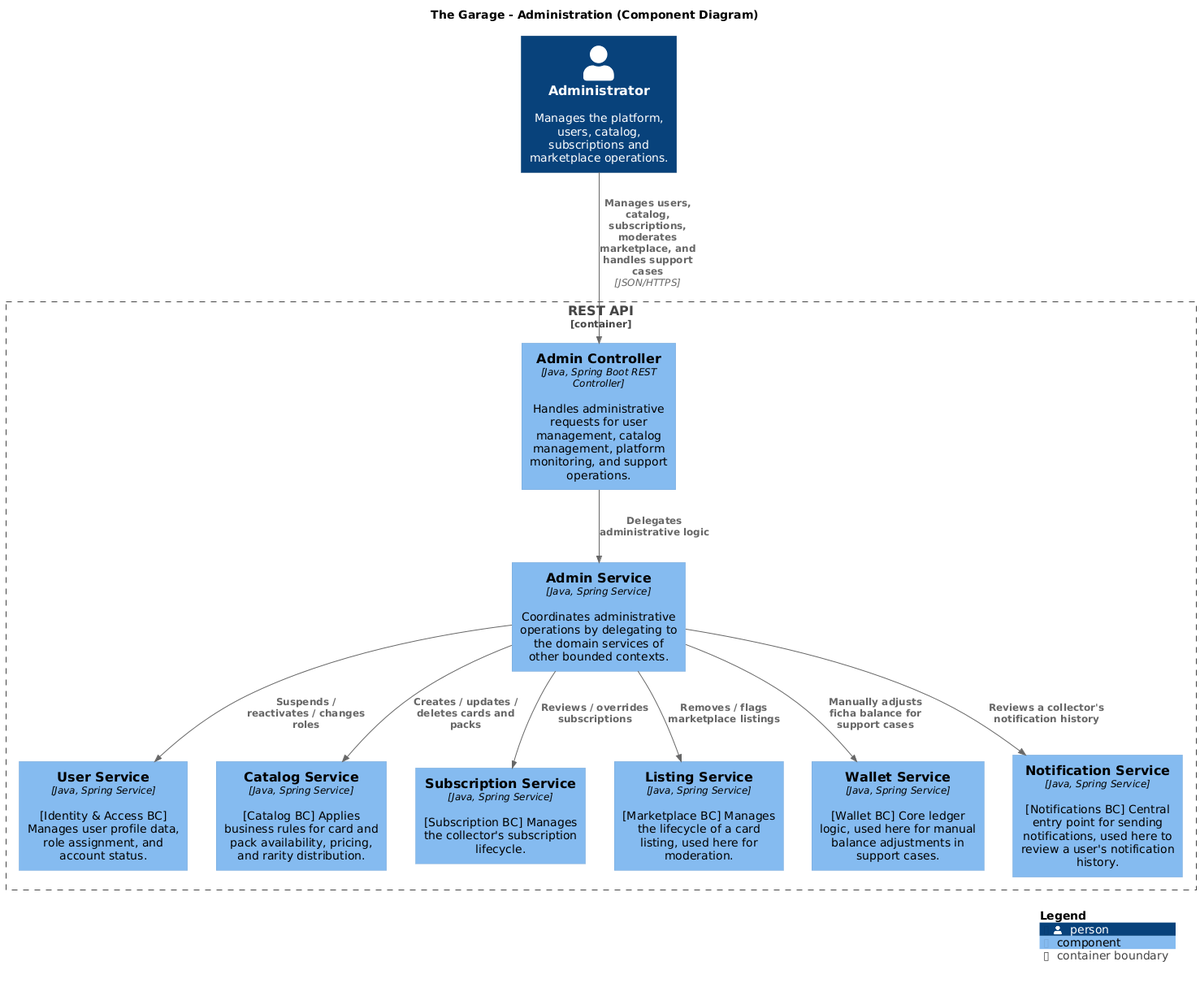
the-garage-studio/the-garage-c4-model-design keeps this PlantUML diagram as exports/ComponentDiagrams/Administration-ComponentDiagram.png. Above is the earlier version. Source of this version:
```plantuml
@startuml Administration-ComponentDiagram
!include https://raw.githubusercontent.com/plantuml-stdlib/C4-PlantUML/master/C4_Component.puml

LAYOUT_WITH_LEGEND()

title The Garage - Administration (Component Diagram)

Person(admin, "Administrator", "Manages the platform, users, catalog, subscriptions and marketplace operations.")

Container_Boundary(api, "REST API") {

    Component(admin_controller, "Admin Controller", "Java, Spring Boot REST Controller", "Handles administrative requests for user management, catalog management, platform monitoring, and support operations.")

    Component(admin_service, "Admin Service", "Java, Spring Service", "Coordinates administrative operations by delegating to the domain services of other bounded contexts.")

    Component(user_service, "User Service", "Java, Spring Service", "[Identity & Access BC] Manages user profile data, role assignment, and account status.")
    Component(catalog_service, "Catalog Service", "Java, Spring Service", "[Catalog BC] Applies business rules for card and pack availability, pricing, and rarity distribution.")
    Component(subscription_service, "Subscription Service", "Java, Spring Service", "[Subscription BC] Manages the collector's subscription lifecycle.")
    Component(listing_service, "Listing Service", "Java, Spring Service", "[Marketplace BC] Manages the lifecycle of a card listing, used here for moderation.")
    Component(wallet_service, "Wallet Service", "Java, Spring Service", "[Wallet BC] Core ledger logic, used here for manual balance adjustments in support cases.")
    Component(notification_service, "Notification Service", "Java, Spring Service", "[Notifications BC] Central entry point for sending notifications, used here to review a user's notification history.")
}

Rel(admin, admin_controller, "Manages users, catalog, subscriptions, moderates marketplace, and handles support cases", "JSON/HTTPS")

Rel(admin_controller, admin_service, "Delegates administrative logic")

Rel(admin_service, user_service, "Suspends / reactivates / changes roles")
Rel(admin_service, catalog_service, "Creates / updates / deletes cards and packs")
Rel(admin_service, subscription_service, "Reviews / overrides subscriptions")
Rel(admin_service, listing_service, "Removes / flags marketplace listings")
Rel(admin_service, wallet_service, "Manually adjusts ficha balance for support cases")
Rel(admin_service, notification_service, "Reviews a collector's notification history")


SHOW_LEGEND()
@enduml
```
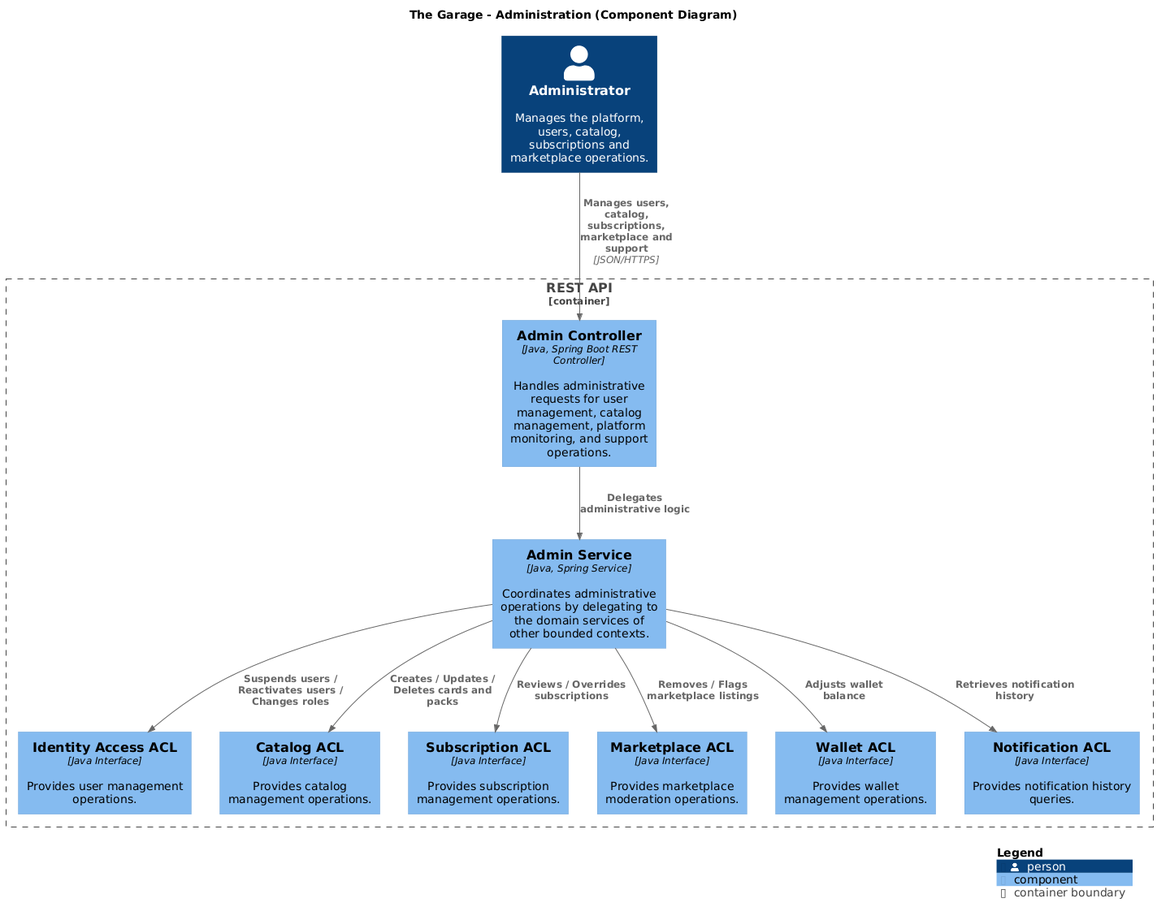
The same diagram one commit later.

Change to the diagram source:
```diff
@@ -13,25 +13,33 @@
 
     Component(admin_service, "Admin Service", "Java, Spring Service", "Coordinates administrative operations by delegating to the domain services of other bounded contexts.")
 
-    Component(user_service, "User Service", "Java, Spring Service", "[Identity & Access BC] Manages user profile data, role assignment, and account status.")
-    Component(catalog_service, "Catalog Service", "Java, Spring Service", "[Catalog BC] Applies business rules for card and pack availability, pricing, and rarity distribution.")
-    Component(subscription_service, "Subscription Service", "Java, Spring Service", "[Subscription BC] Manages the collector's subscription lifecycle.")
-    Component(listing_service, "Listing Service", "Java, Spring Service", "[Marketplace BC] Manages the lifecycle of a card listing, used here for moderation.")
-    Component(wallet_service, "Wallet Service", "Java, Spring Service", "[Wallet BC] Core ledger logic, used here for manual balance adjustments in support cases.")
-    Component(notification_service, "Notification Service", "Java, Spring Service", "[Notifications BC] Central entry point for sending notifications, used here to review a user's notification history.")
+    Component(identity_acl,"Identity Access ACL","Java Interface","Provides user management operations.")
+    Component(catalog_acl, "Catalog ACL","Java Interface","Provides catalog management operations.")
+
+    Component(subscription_acl,"Subscription ACL","Java Interface","Provides subscription management operations.")
+
+    Component(marketplace_acl,"Marketplace ACL","Java Interface","Provides marketplace moderation operations.")
+
+    Component(wallet_acl,"Wallet ACL","Java Interface","Provides wallet management operations.")
+
+    Component(notification_acl,"Notification ACL","Java Interface","Provides notification history queries.")
 }
 
-Rel(admin, admin_controller, "Manages users, catalog, subscriptions, moderates marketplace, and handles support cases", "JSON/HTTPS")
+Rel(admin, admin_controller,"Manages users, catalog, subscriptions, marketplace and support","JSON/HTTPS")
 
-Rel(admin_controller, admin_service, "Delegates administrative logic")
+Rel(admin_controller, admin_service,"Delegates administrative logic")
 
-Rel(admin_service, user_service, "Suspends / reactivates / changes roles")
-Rel(admin_service, catalog_service, "Creates / updates / deletes cards and packs")
-Rel(admin_service, subscription_service, "Reviews / overrides subscriptions")
-Rel(admin_service, listing_service, "Removes / flags marketplace listings")
-Rel(admin_service, wallet_service, "Manually adjusts ficha balance for support cases")
-Rel(admin_service, notification_service, "Reviews a collector's notification history")
+Rel(admin_service, identity_acl,"Suspends users / Reactivates users / Changes roles")
 
+Rel(admin_service, catalog_acl,"Creates / Updates / Deletes cards and packs")
+
+Rel(admin_service, subscription_acl,"Reviews / Overrides subscriptions")
+
+Rel(admin_service, marketplace_acl,"Removes / Flags marketplace listings")
+
+Rel(admin_service, wallet_acl,"Adjusts wallet balance")
+
+Rel(admin_service, notification_acl,"Retrieves notification history")
 
 SHOW_LEGEND()
 @enduml
```
